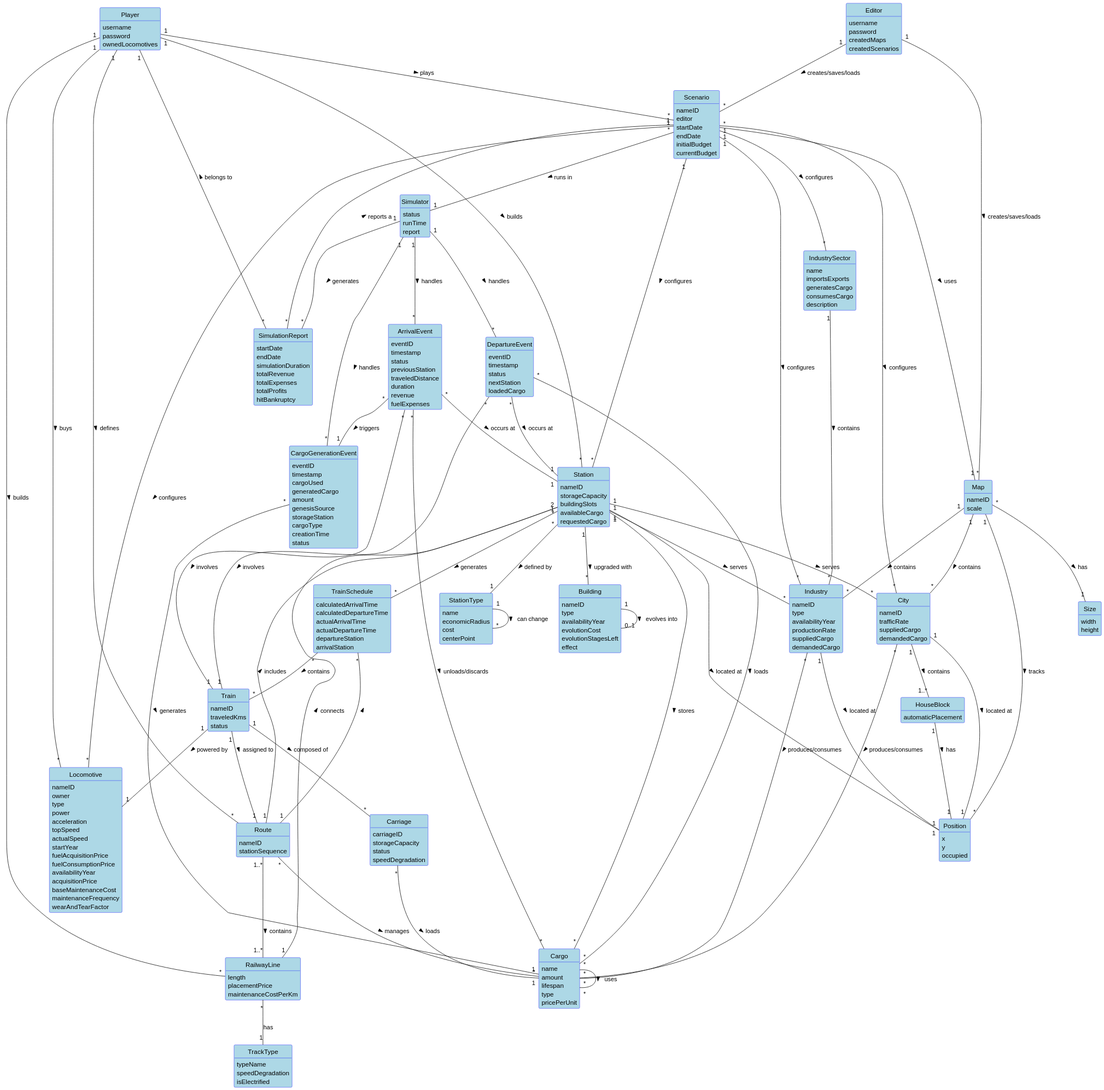
Earlier version of the PlantUML export docs/system-documentation/global-artifacts/02.analysis/svg/DomainModel.svg (HenriqueSilva18/Railway-Network-Simulator).
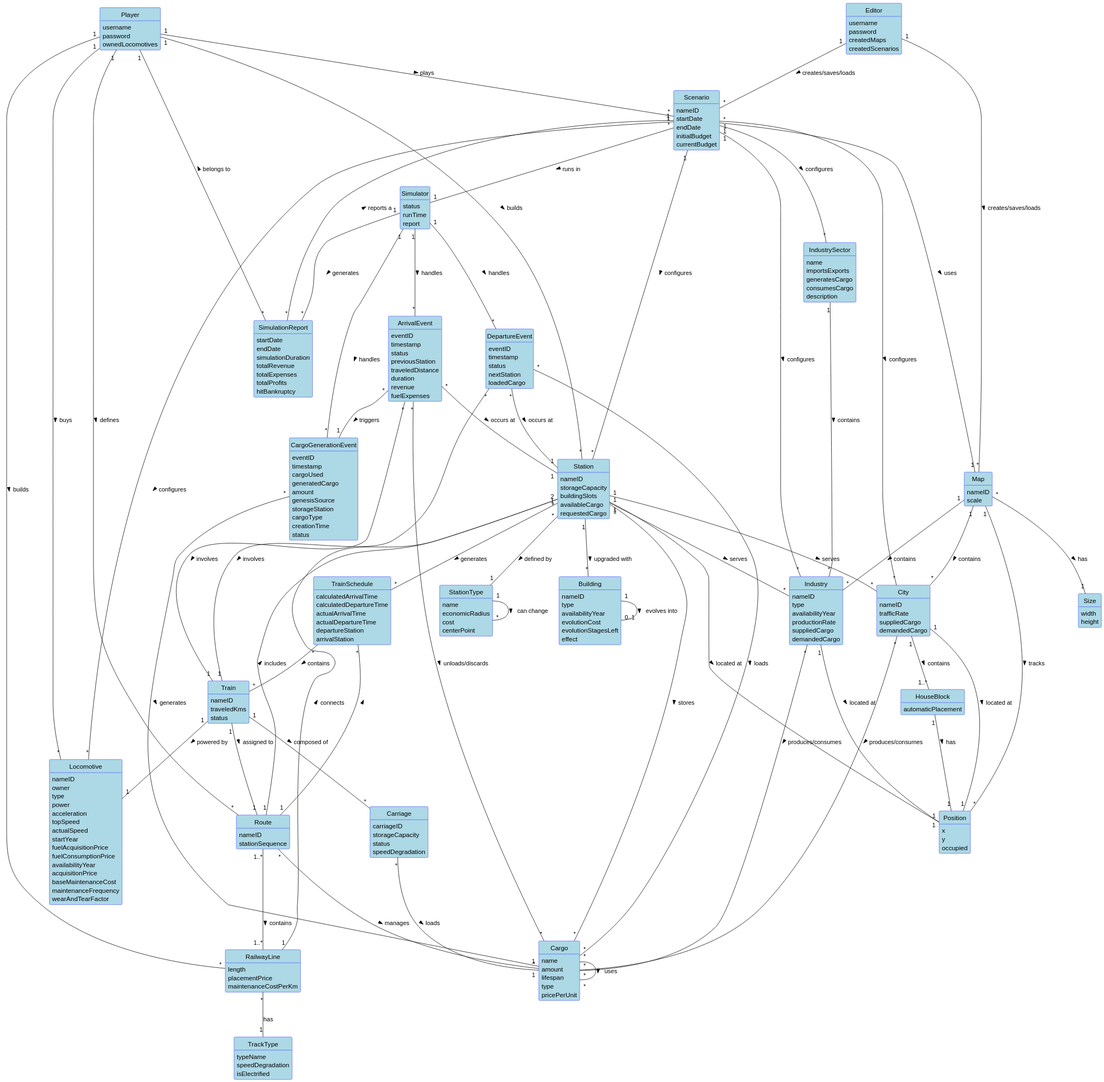
After the commit.

Change to the diagram source:
```diff
@@ -43,7 +43,6 @@
 
 class Scenario {
   nameID
-  editor
   startDate
   endDate
   initialBudget
```
